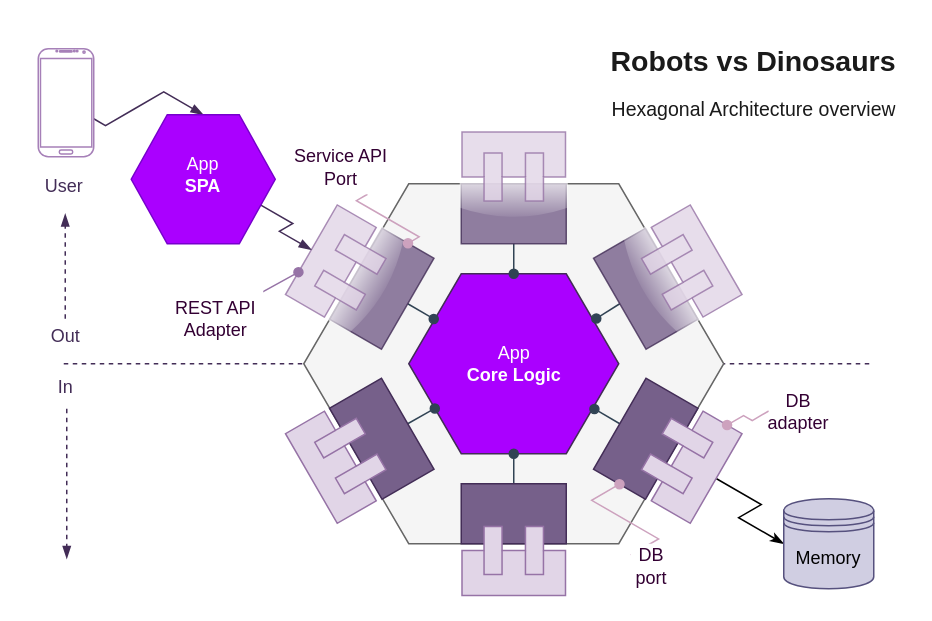
Earlier version of the draw.io diagram doc/hexagonal-architecture.drawio (gabrielgiordan/robots-vs-dinosaurs). Source tidied: cells renumbered, new cells numbered last; positions are measured from the earlier drawing's top-left corner, leaving out a move shared by most shapes. Both pictures are drawn from the tidied source at 150%, with x=0, y=0 at pixel (38, 40).
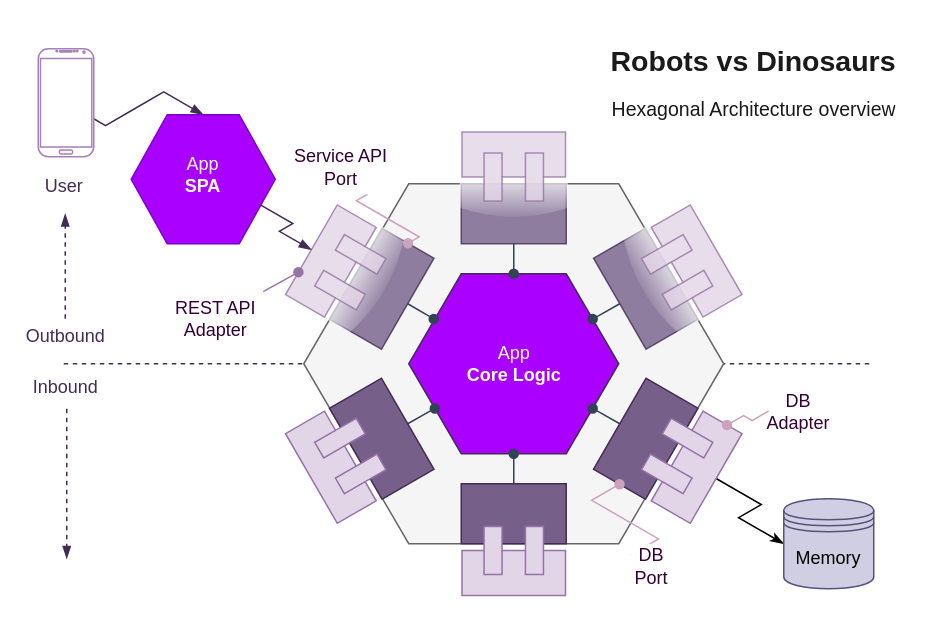
The same page after the edit.

Commit message (it also covers changes not shown here):
Update architecture drawing.

The change refers to these unchanged cells:
```xml
<mxCell id="2" style="endArrow=none;html=1;shadow=0;strokeColor=#432D57;strokeWidth=1;fillColor=#e1d5e7;rounded=0;dashed=1;" parent="1" edge="1">
  <mxGeometry relative="1" as="geometry">
    <mxPoint x="17" y="215" as="sourcePoint" />
    <mxPoint x="557" y="215" as="targetPoint" />
  </mxGeometry>
</mxCell>
<mxCell id="5" value="App&lt;br&gt;&lt;b&gt;Core Logic&lt;/b&gt;&lt;br&gt;" style="shape=hexagon;perimeter=hexagonPerimeter2;html=1;fillColor=#aa00ff;strokeColor=#432D57;strokeWidth=1;fontColor=#FFFFFF;labelBorderColor=none;labelBackgroundColor=none;rounded=0;comic=0;shadow=0;" parent="1" vertex="1">
  <mxGeometry x="247" y="155" width="140" height="120" as="geometry" />
</mxCell>
<mxCell id="13" style="rounded=0;whiteSpace=wrap;html=1;fillColor=#76608a;strokeColor=#432D57;rotation=60;fontColor=#ffffff;opacity=80;glass=1;" parent="1" vertex="1">
  <mxGeometry x="370" y="145" width="70" height="40" as="geometry" />
</mxCell>
<mxCell id="15" style="rounded=0;whiteSpace=wrap;html=1;fillColor=#76608a;strokeColor=#432D57;rotation=-60;fontColor=#ffffff;glass=0;" parent="1" vertex="1">
  <mxGeometry x="370" y="245" width="70" height="40" as="geometry" />
</mxCell>
```

Change to the diagram source:
```diff
@@
-    <mxCell id="3" value="Out" style="text;html=1;align=center;verticalAlign=middle;labelBackgroundColor=#ffffff;fontColor=#432D57;" parent="2" vertex="1">
+    <mxCell id="3" value="Outbound&lt;br&gt;" style="text;html=1;align=center;verticalAlign=middle;labelBackgroundColor=#ffffff;fontColor=#432D57;" parent="2" vertex="1">
       <mxGeometry x="-0.88" relative="1" as="geometry">
         <mxPoint x="-31.5" y="-19" as="offset" />
       </mxGeometry>
     </mxCell>
@@
-    <mxCell id="8" style="edgeStyle=none;rounded=0;jettySize=auto;html=1;exitX=0.5;exitY=1;exitDx=0;exitDy=0;entryX=0.893;entryY=0.249;entryDx=0;entryDy=0;entryPerimeter=0;shadow=0;endArrow=oval;endFill=1;strokeColor=#314354;fillColor=#647687;anchorPointDirection=0;" parent="1" edge="1" source="13" target="5">
+    <mxCell id="8" style="edgeStyle=none;rounded=0;jettySize=auto;html=1;exitX=0.5;exitY=1;exitDx=0;exitDy=0;shadow=0;endArrow=oval;endFill=1;strokeColor=#314354;fillColor=#647687;anchorPointDirection=0;" parent="1" edge="1" source="13" target="5">
       <mxGeometry relative="1" as="geometry" />
     </mxCell>
@@
-    <mxCell id="11" style="edgeStyle=none;rounded=0;jettySize=auto;html=1;exitX=0.5;exitY=0;exitDx=0;exitDy=0;entryX=0.884;entryY=0.751;entryDx=0;entryDy=0;entryPerimeter=0;shadow=0;endArrow=oval;endFill=1;strokeColor=#314354;fillColor=#647687;anchorPointDirection=0;" parent="1" edge="1" source="15" target="5">
+    <mxCell id="11" style="edgeStyle=none;rounded=0;jettySize=auto;html=1;exitX=0.5;exitY=0;exitDx=0;exitDy=0;shadow=0;endArrow=oval;endFill=1;strokeColor=#314354;fillColor=#647687;anchorPointDirection=0;" parent="1" edge="1" source="15" target="5">
       <mxGeometry relative="1" as="geometry" />
     </mxCell>
@@
-    <mxCell id="27" value="In" style="text;html=1;align=center;verticalAlign=middle;labelBackgroundColor=#ffffff;fontColor=#432D57;" parent="1" vertex="1">
+    <mxCell id="27" value="Inbound&lt;br&gt;" style="text;html=1;align=center;verticalAlign=middle;labelBackgroundColor=#ffffff;fontColor=#432D57;" parent="1" vertex="1">
       <mxGeometry x="53.8" y="240" as="geometry">
         <mxPoint x="-36" y="-10" as="offset" />
       </mxGeometry>
     </mxCell>
@@
-    <mxCell id="38" value="&lt;font color=&quot;#330033&quot;&gt;DB adapter&lt;/font&gt;" style="text;html=1;strokeColor=none;fillColor=#ffffff;align=center;verticalAlign=middle;whiteSpace=wrap;rounded=0;" parent="1" vertex="1">
+    <mxCell id="38" value="&lt;font color=&quot;#330033&quot;&gt;DB Adapter&lt;/font&gt;" style="text;html=1;strokeColor=none;fillColor=#ffffff;align=center;verticalAlign=middle;whiteSpace=wrap;rounded=0;" parent="1" vertex="1">
       <mxGeometry x="487" y="228" width="40" height="37" as="geometry" />
     </mxCell>
@@
-    <mxCell id="40" value="&lt;font color=&quot;#330033&quot;&gt;DB port&lt;br&gt;&lt;/font&gt;" style="text;html=1;strokeColor=none;fillColor=#ffffff;align=center;verticalAlign=middle;whiteSpace=wrap;rounded=0;" parent="1" vertex="1">
+    <mxCell id="40" value="&lt;font color=&quot;#330033&quot;&gt;DB Port&lt;br&gt;&lt;/font&gt;" style="text;html=1;strokeColor=none;fillColor=#ffffff;align=center;verticalAlign=middle;whiteSpace=wrap;rounded=0;" parent="1" vertex="1">
       <mxGeometry x="395" y="335" width="28" height="30" as="geometry" />
     </mxCell>
```
